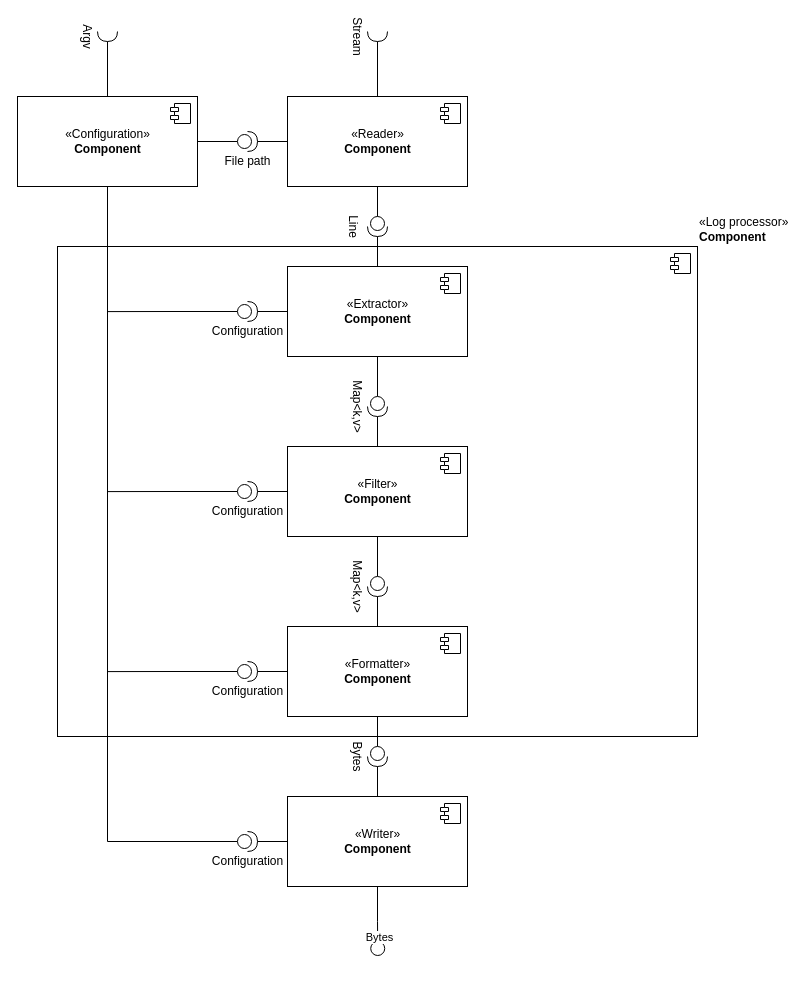
The draw.io diagram mayd.drawio in mechagear/mg, before the edit. Source tidied: cells renumbered, new cells numbered last; positions are measured from the earlier drawing's top-left corner, leaving out a move shared by most shapes. Both pictures are drawn from the tidied source at 100%, with x=0, y=0 at pixel (17, 26).
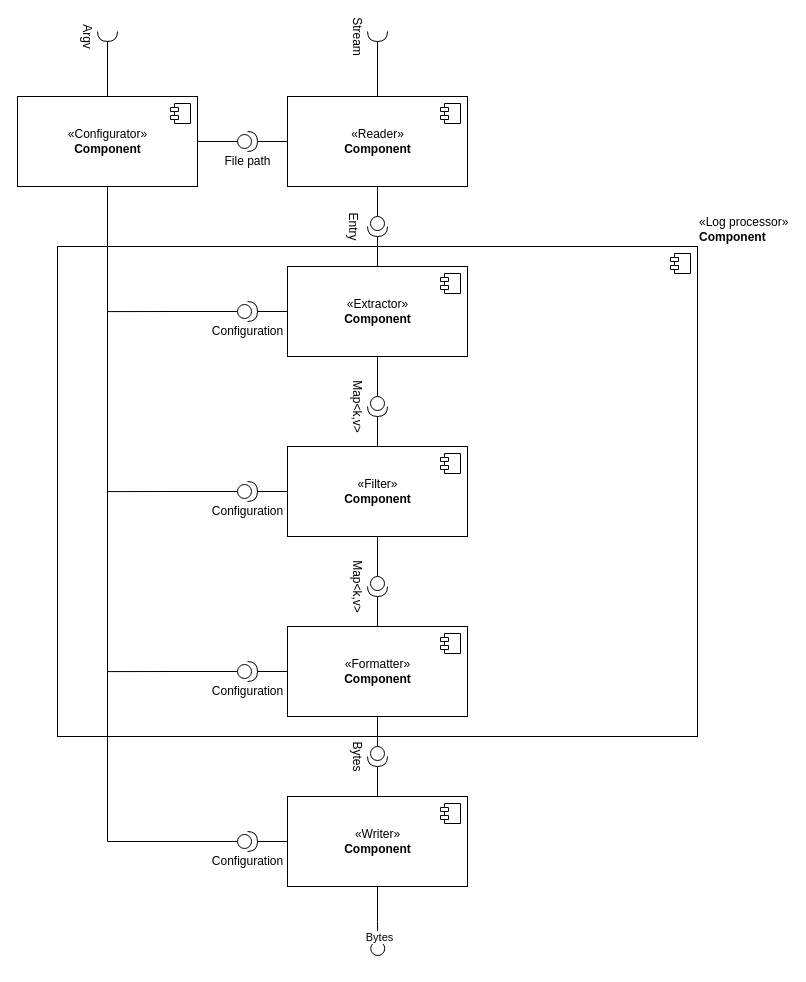
The same diagram, later.

Diff of the diagram source:
```diff
@@
-    <mxCell id="12" value="Line" style="shape=providedRequiredInterface;html=1;verticalLabelPosition=bottom;sketch=0;rotation=90;textDirection=ltr;labelPosition=center;align=center;verticalAlign=top;" parent="1" vertex="1">
+    <mxCell id="12" value="Entry" style="shape=providedRequiredInterface;html=1;verticalLabelPosition=bottom;sketch=0;rotation=90;textDirection=ltr;labelPosition=center;align=center;verticalAlign=top;" parent="1" vertex="1">
       <mxGeometry x="350" y="190" width="20" height="20" as="geometry" />
     </mxCell>
@@
-    <mxCell id="32" value="«Configuration»&lt;br&gt;&lt;b&gt;Component&lt;/b&gt;" style="html=1;" parent="1" vertex="1">
+    <mxCell id="32" value="«Configurator»&lt;br&gt;&lt;b&gt;Component&lt;/b&gt;" style="html=1;" parent="1" vertex="1">
       <mxGeometry y="70" width="180" height="90" as="geometry" />
     </mxCell>
```
